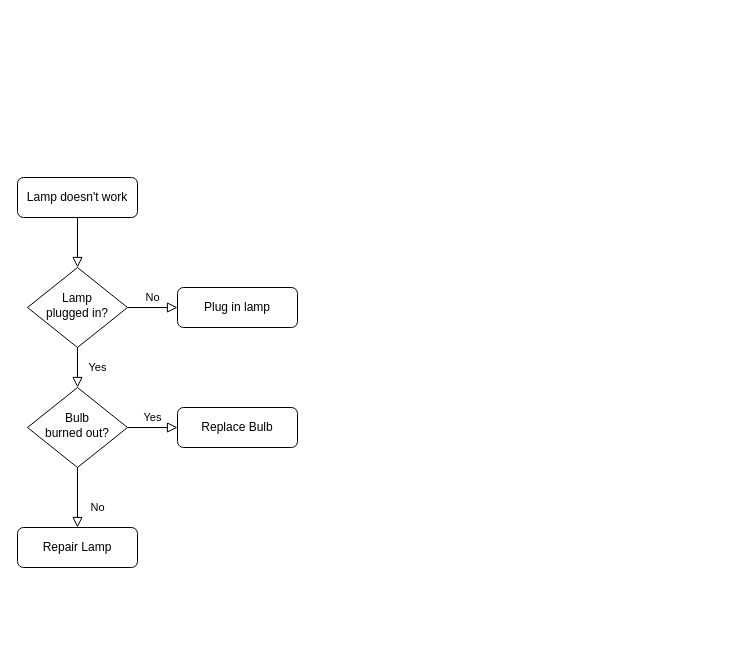
MDGMDGMDG/DrawIO keeps this draw.io diagram as Untitled Diagram.drawio. Above is the earlier version. Source tidied: cells renumbered, new cells numbered last; positions are measured from the earlier drawing's top-left corner, leaving out a move shared by most shapes. Both pictures are drawn from the tidied source at 100%, with x=0, y=0 at pixel (17, 177).
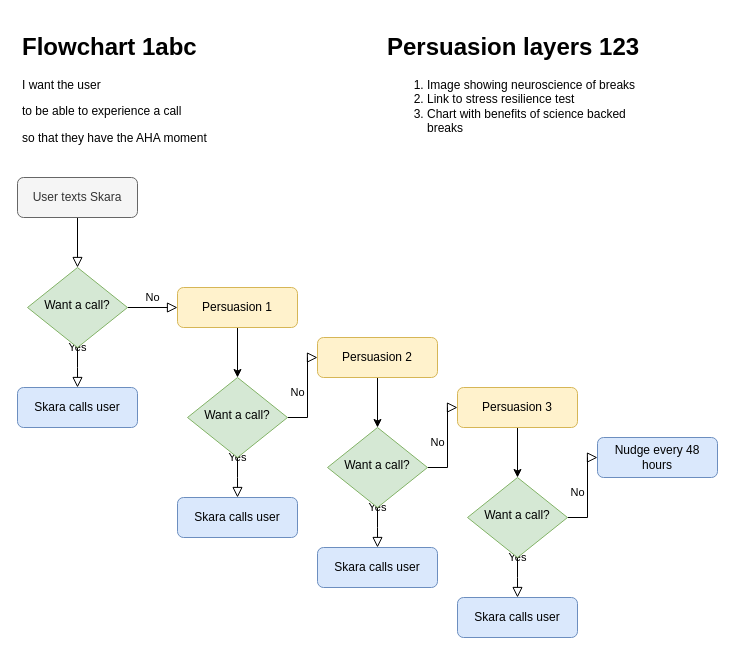
The same page after the edit.

Commit message:
Update flowchart userstory 1

The edit, as a diff of the source:
```diff
@@
-    <mxCell id="3" value="Lamp doesn't work" style="rounded=1;whiteSpace=wrap;html=1;fontSize=12;glass=0;strokeWidth=1;shadow=0;" parent="1" vertex="1">
+    <mxCell id="3" value="User texts Skara" style="rounded=1;whiteSpace=wrap;html=1;fontSize=12;glass=0;strokeWidth=1;shadow=0;fillColor=#f5f5f5;fontColor=#333333;strokeColor=#666666;" parent="1" vertex="1">
       <mxGeometry width="120" height="40" as="geometry" />
     </mxCell>
-    <mxCell id="4" value="Yes" style="rounded=0;html=1;jettySize=auto;fontSize=11;endArrow=block;endFill=0;endSize=8;strokeWidth=1;shadow=0;labelBackgroundColor=none;edgeStyle=orthogonalEdgeStyle;" parent="1" edge="1" source="6" target="10">
-      <mxGeometry y="20" relative="1" as="geometry" />
+    <mxCell id="4" value="Yes" style="rounded=0;html=1;jettySize=auto;fontSize=11;endArrow=block;endFill=0;endSize=8;strokeWidth=1;shadow=0;labelBackgroundColor=none;edgeStyle=orthogonalEdgeStyle;" parent="1" edge="1" source="6">
+      <mxGeometry y="20" relative="1" as="geometry">
+        <mxPoint x="60" y="210" as="targetPoint" />
+      </mxGeometry>
     </mxCell>
@@
-    <mxCell id="6" value="Lamp&lt;br&gt;plugged in?" style="rhombus;whiteSpace=wrap;html=1;shadow=0;fontFamily=Helvetica;fontSize=12;align=center;strokeWidth=1;spacing=6;spacingTop=-4;" parent="1" vertex="1">
+    <mxCell id="6" value="Want a call?" style="rhombus;whiteSpace=wrap;html=1;shadow=0;fontFamily=Helvetica;fontSize=12;align=center;strokeWidth=1;spacing=6;spacingTop=-4;fillColor=#d5e8d4;strokeColor=#82b366;" parent="1" vertex="1">
       <mxGeometry x="10" y="90" width="100" height="80" as="geometry" />
     </mxCell>
+    <mxCell id="13" style="edgeStyle=orthogonalEdgeStyle;rounded=0;jettySize=auto;html=1;" parent="1" edge="1" source="7" target="16">
+      <mxGeometry relative="1" as="geometry" />
+    </mxCell>
-    <mxCell id="7" value="Plug in lamp" style="rounded=1;whiteSpace=wrap;html=1;fontSize=12;glass=0;strokeWidth=1;shadow=0;" parent="1" vertex="1">
+    <mxCell id="7" value="Persuasion 1" style="rounded=1;whiteSpace=wrap;html=1;fontSize=12;glass=0;strokeWidth=1;shadow=0;fillColor=#fff2cc;strokeColor=#d6b656;" parent="1" vertex="1">
       <mxGeometry x="160" y="110" width="120" height="40" as="geometry" />
     </mxCell>
-    <mxCell id="8" value="No" style="rounded=0;html=1;jettySize=auto;fontSize=11;endArrow=block;endFill=0;endSize=8;strokeWidth=1;shadow=0;labelBackgroundColor=none;edgeStyle=orthogonalEdgeStyle;" parent="1" edge="1" source="10" target="11">
-      <mxGeometry x="0.33" y="20" relative="1" as="geometry" />
-    </mxCell>
-    <mxCell id="9" value="Yes" style="edgeStyle=orthogonalEdgeStyle;rounded=0;html=1;jettySize=auto;fontSize=11;endArrow=block;endFill=0;endSize=8;strokeWidth=1;shadow=0;labelBackgroundColor=none;" parent="1" edge="1" source="10" target="12">
-      <mxGeometry y="10" relative="1" as="geometry" />
-    </mxCell>
-    <mxCell id="10" value="Bulb&lt;br&gt;burned out?" style="rhombus;whiteSpace=wrap;html=1;shadow=0;fontFamily=Helvetica;fontSize=12;align=center;strokeWidth=1;spacing=6;spacingTop=-4;" parent="1" vertex="1">
-      <mxGeometry x="10" y="210" width="100" height="80" as="geometry" />
-    </mxCell>
-    <mxCell id="11" value="Repair Lamp" style="rounded=1;whiteSpace=wrap;html=1;fontSize=12;glass=0;strokeWidth=1;shadow=0;" parent="1" vertex="1">
-      <mxGeometry y="350" width="120" height="40" as="geometry" />
+    <mxCell id="11" value="Skara calls user" style="rounded=1;whiteSpace=wrap;html=1;fontSize=12;glass=0;strokeWidth=1;shadow=0;fillColor=#dae8fc;strokeColor=#6c8ebf;" parent="1" vertex="1">
+      <mxGeometry y="210" width="120" height="40" as="geometry" />
     </mxCell>
-    <mxCell id="12" value="Replace Bulb" style="rounded=1;whiteSpace=wrap;html=1;fontSize=12;glass=0;strokeWidth=1;shadow=0;" parent="1" vertex="1">
-      <mxGeometry x="160" y="230" width="120" height="40" as="geometry" />
-    </mxCell>
+    <mxCell id="14" value="Yes" style="rounded=0;html=1;jettySize=auto;fontSize=11;endArrow=block;endFill=0;endSize=8;strokeWidth=1;shadow=0;labelBackgroundColor=none;edgeStyle=orthogonalEdgeStyle;" parent="1" edge="1" source="16">
+      <mxGeometry y="20" relative="1" as="geometry">
+        <mxPoint x="220" y="320" as="targetPoint" />
+      </mxGeometry>
+    </mxCell>
+    <mxCell id="15" value="No" style="edgeStyle=orthogonalEdgeStyle;rounded=0;html=1;jettySize=auto;fontSize=11;endArrow=block;endFill=0;endSize=8;strokeWidth=1;shadow=0;labelBackgroundColor=none;" parent="1" edge="1" source="16" target="18">
+      <mxGeometry y="10" relative="1" as="geometry" />
+    </mxCell>
+    <mxCell id="16" value="Want a call?" style="rhombus;whiteSpace=wrap;html=1;shadow=0;fontFamily=Helvetica;fontSize=12;align=center;strokeWidth=1;spacing=6;spacingTop=-4;fillColor=#d5e8d4;strokeColor=#82b366;" parent="1" vertex="1">
+      <mxGeometry x="170" y="200" width="100" height="80" as="geometry" />
+    </mxCell>
+    <mxCell id="17" style="edgeStyle=orthogonalEdgeStyle;rounded=0;jettySize=auto;html=1;" parent="1" edge="1" source="18" target="22">
+      <mxGeometry relative="1" as="geometry" />
+    </mxCell>
+    <mxCell id="18" value="Persuasion 2" style="rounded=1;whiteSpace=wrap;html=1;fontSize=12;glass=0;strokeWidth=1;shadow=0;fillColor=#fff2cc;strokeColor=#d6b656;" parent="1" vertex="1">
+      <mxGeometry x="300" y="160" width="120" height="40" as="geometry" />
+    </mxCell>
+    <mxCell id="19" value="Skara calls user" style="rounded=1;whiteSpace=wrap;html=1;fontSize=12;glass=0;strokeWidth=1;shadow=0;fillColor=#dae8fc;strokeColor=#6c8ebf;" parent="1" vertex="1">
+      <mxGeometry x="160" y="320" width="120" height="40" as="geometry" />
+    </mxCell>
+    <mxCell id="20" value="Yes" style="rounded=0;html=1;jettySize=auto;fontSize=11;endArrow=block;endFill=0;endSize=8;strokeWidth=1;shadow=0;labelBackgroundColor=none;edgeStyle=orthogonalEdgeStyle;" parent="1" edge="1" source="22">
+      <mxGeometry y="20" relative="1" as="geometry">
+        <mxPoint x="360" y="370" as="targetPoint" />
+      </mxGeometry>
+    </mxCell>
+    <mxCell id="21" value="No" style="edgeStyle=orthogonalEdgeStyle;rounded=0;html=1;jettySize=auto;fontSize=11;endArrow=block;endFill=0;endSize=8;strokeWidth=1;shadow=0;labelBackgroundColor=none;" parent="1" edge="1" source="22" target="24">
+      <mxGeometry y="10" relative="1" as="geometry" />
+    </mxCell>
+    <mxCell id="22" value="Want a call?" style="rhombus;whiteSpace=wrap;html=1;shadow=0;fontFamily=Helvetica;fontSize=12;align=center;strokeWidth=1;spacing=6;spacingTop=-4;fillColor=#d5e8d4;strokeColor=#82b366;" parent="1" vertex="1">
+      <mxGeometry x="310" y="250" width="100" height="80" as="geometry" />
+    </mxCell>
+    <mxCell id="23" style="edgeStyle=orthogonalEdgeStyle;rounded=0;jettySize=auto;html=1;" parent="1" edge="1" source="24" target="30">
+      <mxGeometry relative="1" as="geometry" />
+    </mxCell>
+    <mxCell id="24" value="Persuasion 3" style="rounded=1;whiteSpace=wrap;html=1;fontSize=12;glass=0;strokeWidth=1;shadow=0;fillColor=#fff2cc;strokeColor=#d6b656;" parent="1" vertex="1">
+      <mxGeometry x="440" y="210" width="120" height="40" as="geometry" />
+    </mxCell>
+    <mxCell id="25" value="Skara calls user" style="rounded=1;whiteSpace=wrap;html=1;fontSize=12;glass=0;strokeWidth=1;shadow=0;fillColor=#dae8fc;strokeColor=#6c8ebf;" parent="1" vertex="1">
+      <mxGeometry x="300" y="370" width="120" height="40" as="geometry" />
+    </mxCell>
+    <mxCell id="26" value="&lt;h1&gt;Flowchart 1abc&lt;/h1&gt;&lt;p&gt;I want the user&lt;/p&gt;&lt;p&gt;to be able to experience a call&lt;/p&gt;&lt;p&gt;so that they have the AHA moment&lt;/p&gt;" style="text;html=1;strokeColor=none;fillColor=none;spacing=5;spacingTop=-20;whiteSpace=wrap;overflow=hidden;rounded=0;" parent="1" vertex="1">
+      <mxGeometry y="-150" width="200" height="120" as="geometry" />
+    </mxCell>
+    <mxCell id="27" value="&lt;h1&gt;Persuasion layers 123&lt;/h1&gt;&lt;p&gt;&lt;/p&gt;&lt;ol&gt;&lt;li&gt;Image showing neuroscience of breaks&lt;/li&gt;&lt;li&gt;Link to stress resilience test&lt;/li&gt;&lt;li&gt;Chart with benefits of science backed breaks&lt;/li&gt;&lt;/ol&gt;&lt;p&gt;&lt;/p&gt;" style="text;html=1;strokeColor=none;fillColor=none;spacing=5;spacingTop=-20;whiteSpace=wrap;overflow=hidden;rounded=0;" parent="1" vertex="1">
+      <mxGeometry x="365" y="-150" width="270" height="120" as="geometry" />
+    </mxCell>
+    <mxCell id="28" value="Yes" style="rounded=0;html=1;jettySize=auto;fontSize=11;endArrow=block;endFill=0;endSize=8;strokeWidth=1;shadow=0;labelBackgroundColor=none;edgeStyle=orthogonalEdgeStyle;" parent="1" edge="1" source="30">
+      <mxGeometry y="20" relative="1" as="geometry">
+        <mxPoint x="500" y="420" as="targetPoint" />
+      </mxGeometry>
+    </mxCell>
+    <mxCell id="29" value="No" style="edgeStyle=orthogonalEdgeStyle;rounded=0;html=1;jettySize=auto;fontSize=11;endArrow=block;endFill=0;endSize=8;strokeWidth=1;shadow=0;labelBackgroundColor=none;exitX=1;exitY=0.5;exitDx=0;exitDy=0;entryX=0;entryY=0.5;entryDx=0;entryDy=0;" parent="1" edge="1" source="30" target="31">
+      <mxGeometry y="10" relative="1" as="geometry" />
+    </mxCell>
+    <mxCell id="30" value="Want a call?" style="rhombus;whiteSpace=wrap;html=1;shadow=0;fontFamily=Helvetica;fontSize=12;align=center;strokeWidth=1;spacing=6;spacingTop=-4;fillColor=#d5e8d4;strokeColor=#82b366;" parent="1" vertex="1">
+      <mxGeometry x="450" y="300" width="100" height="80" as="geometry" />
+    </mxCell>
+    <mxCell id="31" value="Nudge every 48 hours" style="rounded=1;whiteSpace=wrap;html=1;fontSize=12;glass=0;strokeWidth=1;shadow=0;fillColor=#dae8fc;strokeColor=#6c8ebf;" parent="1" vertex="1">
+      <mxGeometry x="580" y="260" width="120" height="40" as="geometry" />
+    </mxCell>
+    <mxCell id="32" value="Skara calls user" style="rounded=1;whiteSpace=wrap;html=1;fontSize=12;glass=0;strokeWidth=1;shadow=0;fillColor=#dae8fc;strokeColor=#6c8ebf;" parent="1" vertex="1">
+      <mxGeometry x="440" y="420" width="120" height="40" as="geometry" />
+    </mxCell>
```
